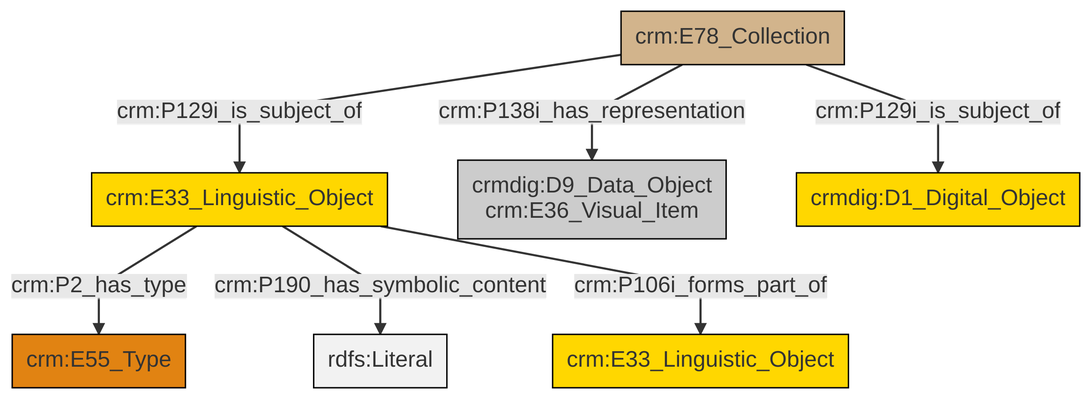
Above: et/archivalCSV/ttl/mmd/png/archival_docs.png in swiss-art-research-net/docs.swissartresearch (Mermaid), before the change. Its source is kept beside it as et/archivalCSV/ttl/mmd/archival_docs.ttl.mmd.
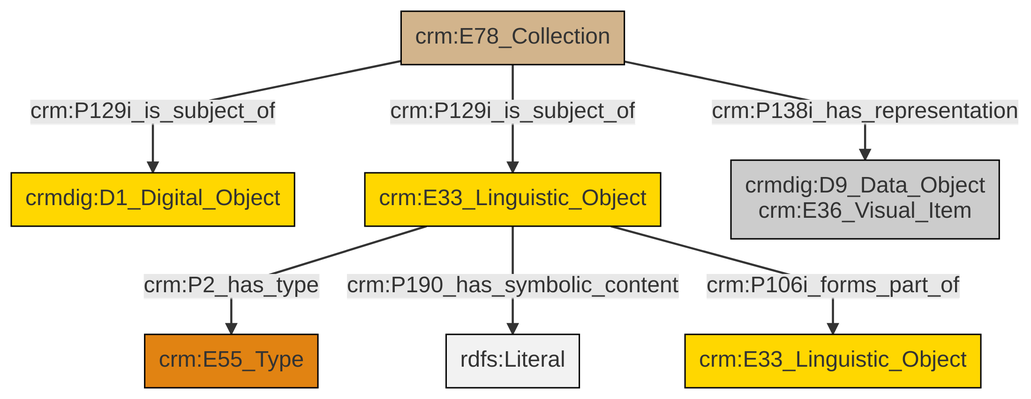
After the change.

What changed in the source:
```diff
@@ -13,9 +13,9 @@
 classDef PC_Classes fill:#4ce600, stroke:#000000;
 classDef Multi fill:#cccccc,stroke:#000000;
 
-2["crm:E78_Collection"]:::Physical_Thing -->|crm:P129i_is_subject_of| 3["crm:E33_Linguistic_Object"]:::Conceptual_Object
-3["crm:E33_Linguistic_Object"]:::Conceptual_Object -->|crm:P2_has_type| 6["crm:E55_Type"]:::Type
-2["crm:E78_Collection"]:::Physical_Thing -->|crm:P138i_has_representation| 4["crmdig:D9_Data_Object<br>crm:E36_Visual_Item"]:::Multi
-2["crm:E78_Collection"]:::Physical_Thing -->|crm:P129i_is_subject_of| 7["crmdig:D1_Digital_Object"]:::Conceptual_Object
-3["crm:E33_Linguistic_Object"]:::Conceptual_Object -->|crm:P190_has_symbolic_content| 11[rdfs:Literal]:::Literal
-3["crm:E33_Linguistic_Object"]:::Conceptual_Object -->|crm:P106i_forms_part_of| 0["crm:E33_Linguistic_Object"]:::Conceptual_Object
+0["crm:E78_Collection"]:::Physical_Thing -->|crm:P129i_is_subject_of| 1["crmdig:D1_Digital_Object"]:::Conceptual_Object
+2["crm:E33_Linguistic_Object"]:::Conceptual_Object -->|crm:P2_has_type| 3["crm:E55_Type"]:::Type
+0["crm:E78_Collection"]:::Physical_Thing -->|crm:P129i_is_subject_of| 2["crm:E33_Linguistic_Object"]:::Conceptual_Object
+0["crm:E78_Collection"]:::Physical_Thing -->|crm:P138i_has_representation| 10["crmdig:D9_Data_Object<br>crm:E36_Visual_Item"]:::Multi
+2["crm:E33_Linguistic_Object"]:::Conceptual_Object -->|crm:P190_has_symbolic_content| 12[rdfs:Literal]:::Literal
+2["crm:E33_Linguistic_Object"]:::Conceptual_Object -->|crm:P106i_forms_part_of| 5["crm:E33_Linguistic_Object"]:::Conceptual_Object
```
